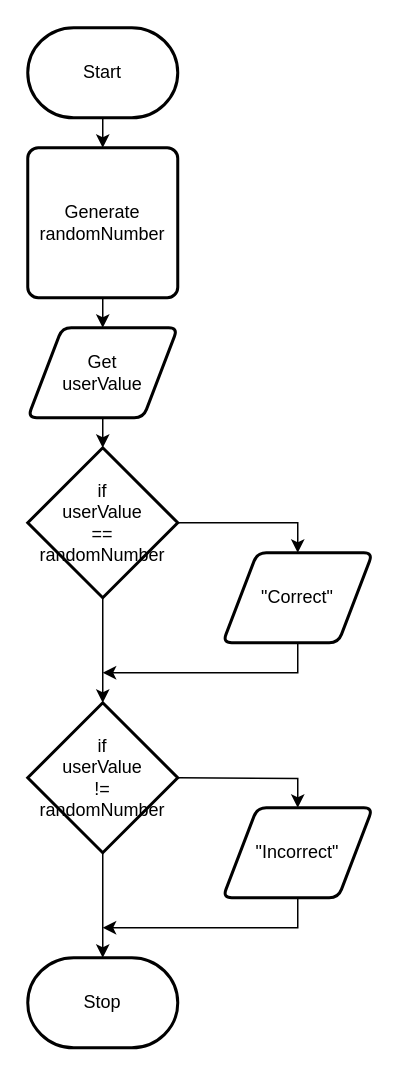
Above: design/flowchart.drawio in MTHS-ICD2O-1-2024/ICD2O-Unit-5-01-peter-zerbinos (draw.io), before the change. Source tidied: cells renumbered, new cells numbered last; positions are measured from the earlier drawing's top-left corner, leaving out a move shared by most shapes. Both pictures are drawn from the tidied source at 150%, with x=0, y=0 at pixel (27, 27).
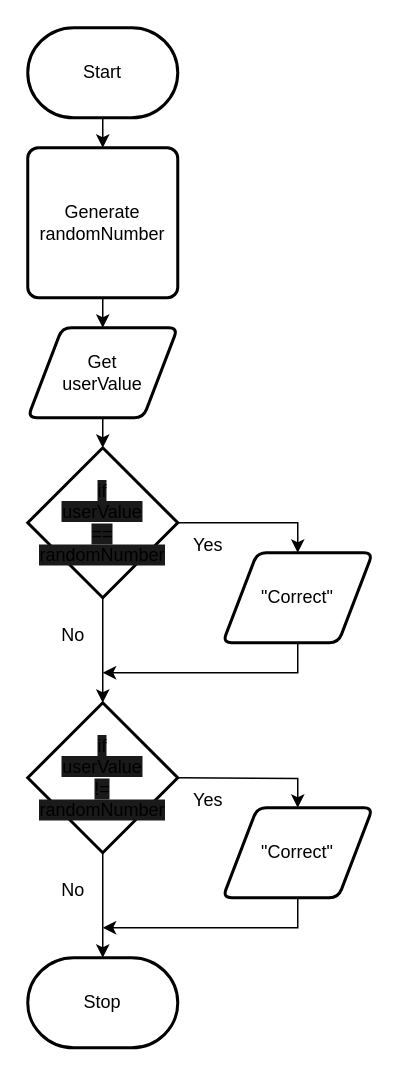
The same diagram, later.

Change to the diagram source:
```diff
@@
-    <mxCell id="9" value="if&lt;div&gt;userValue&lt;/div&gt;&lt;div&gt;==&lt;/div&gt;&lt;div&gt;randomNumber&lt;/div&gt;" style="strokeWidth=2;html=1;shape=mxgraph.flowchart.decision;whiteSpace=wrap;" parent="1" vertex="1">
+    <mxCell id="9" value="&lt;span style=&quot;background-color: rgb(26, 26, 26);&quot;&gt;if&lt;/span&gt;&lt;div&gt;&lt;span style=&quot;background-color: rgb(26, 26, 26);&quot;&gt;userValue&lt;/span&gt;&lt;/div&gt;&lt;div&gt;&lt;span style=&quot;background-color: rgb(26, 26, 26);&quot;&gt;==&lt;/span&gt;&lt;/div&gt;&lt;div&gt;&lt;span style=&quot;background-color: rgb(26, 26, 26);&quot;&gt;randomNumber&lt;/span&gt;&lt;/div&gt;" style="strokeWidth=2;html=1;shape=mxgraph.flowchart.decision;whiteSpace=wrap;" parent="1" vertex="1">
       <mxGeometry y="280" width="100" height="100" as="geometry" />
     </mxCell>
@@
-    <mxCell id="12" value="if&lt;div&gt;userValue&lt;/div&gt;&lt;div&gt;!=&lt;/div&gt;&lt;div&gt;randomNumber&lt;/div&gt;" style="strokeWidth=2;html=1;shape=mxgraph.flowchart.decision;whiteSpace=wrap;" parent="1" vertex="1">
+    <mxCell id="12" value="&lt;span style=&quot;background-color: rgb(26, 26, 26);&quot;&gt;if&lt;/span&gt;&lt;div&gt;&lt;span style=&quot;background-color: rgb(26, 26, 26);&quot;&gt;userValue&lt;/span&gt;&lt;/div&gt;&lt;div&gt;&lt;span style=&quot;background-color: rgb(26, 26, 26);&quot;&gt;!=&lt;/span&gt;&lt;/div&gt;&lt;div&gt;&lt;span style=&quot;background-color: rgb(26, 26, 26);&quot;&gt;randomNumber&lt;/span&gt;&lt;/div&gt;" style="strokeWidth=2;html=1;shape=mxgraph.flowchart.decision;whiteSpace=wrap;" parent="1" vertex="1">
       <mxGeometry y="450" width="100" height="100" as="geometry" />
     </mxCell>
@@
-    <mxCell id="15" value="&quot;Incorrect&quot;" style="shape=parallelogram;html=1;strokeWidth=2;perimeter=parallelogramPerimeter;whiteSpace=wrap;rounded=1;arcSize=12;size=0.23;" parent="1" vertex="1">
+    <mxCell id="15" value="&quot;Correct&quot;" style="shape=parallelogram;html=1;strokeWidth=2;perimeter=parallelogramPerimeter;whiteSpace=wrap;rounded=1;arcSize=12;size=0.23;" parent="1" vertex="1">
       <mxGeometry x="130" y="520" width="100" height="60" as="geometry" />
     </mxCell>
@@
+    <mxCell id="19" value="Yes" style="text;html=1;align=center;verticalAlign=middle;strokeColor=none;fillColor=none;" parent="1" vertex="1">
+      <mxGeometry x="100" y="330" width="40" height="30" as="geometry" />
+    </mxCell>
+    <mxCell id="20" value="No" style="text;html=1;align=center;verticalAlign=middle;strokeColor=none;fillColor=none;" parent="1" vertex="1">
+      <mxGeometry x="10" y="390" width="40" height="30" as="geometry" />
+    </mxCell>
+    <mxCell id="21" value="No" style="text;html=1;align=center;verticalAlign=middle;strokeColor=none;fillColor=none;" parent="1" vertex="1">
+      <mxGeometry x="10" y="560" width="40" height="30" as="geometry" />
+    </mxCell>
+    <mxCell id="22" value="Yes" style="text;html=1;align=center;verticalAlign=middle;strokeColor=none;fillColor=none;" parent="1" vertex="1">
+      <mxGeometry x="100" y="500" width="40" height="30" as="geometry" />
+    </mxCell>
```
